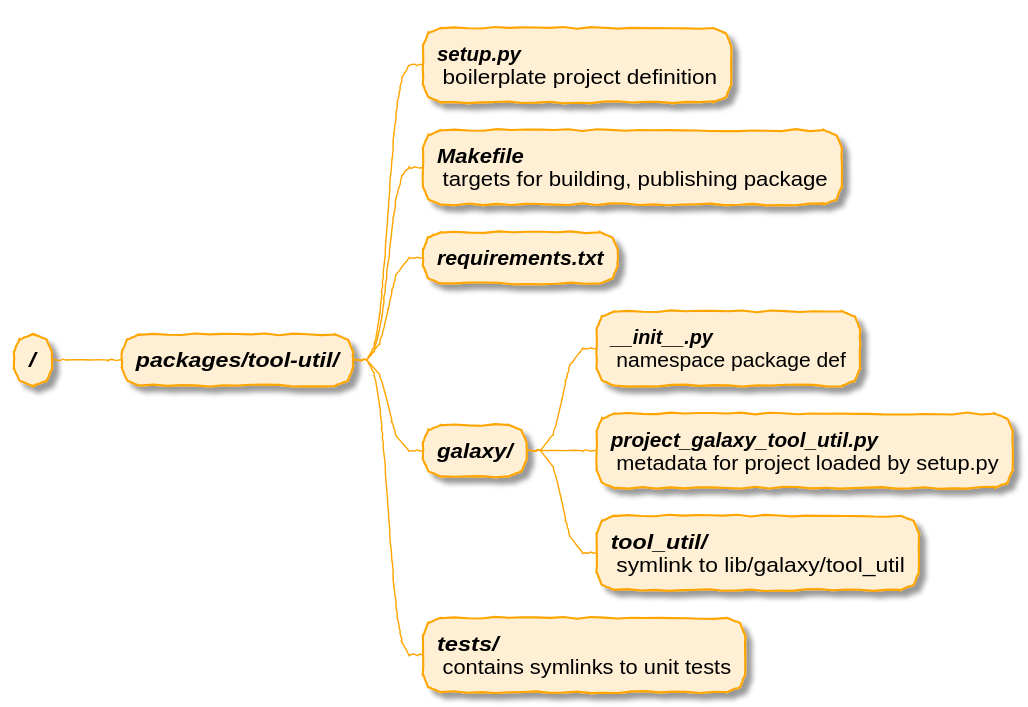
The PlantUML diagram topics/dev/images/core_files_code_package.plantuml.svg in pavanvidem/training-material, before a commit.
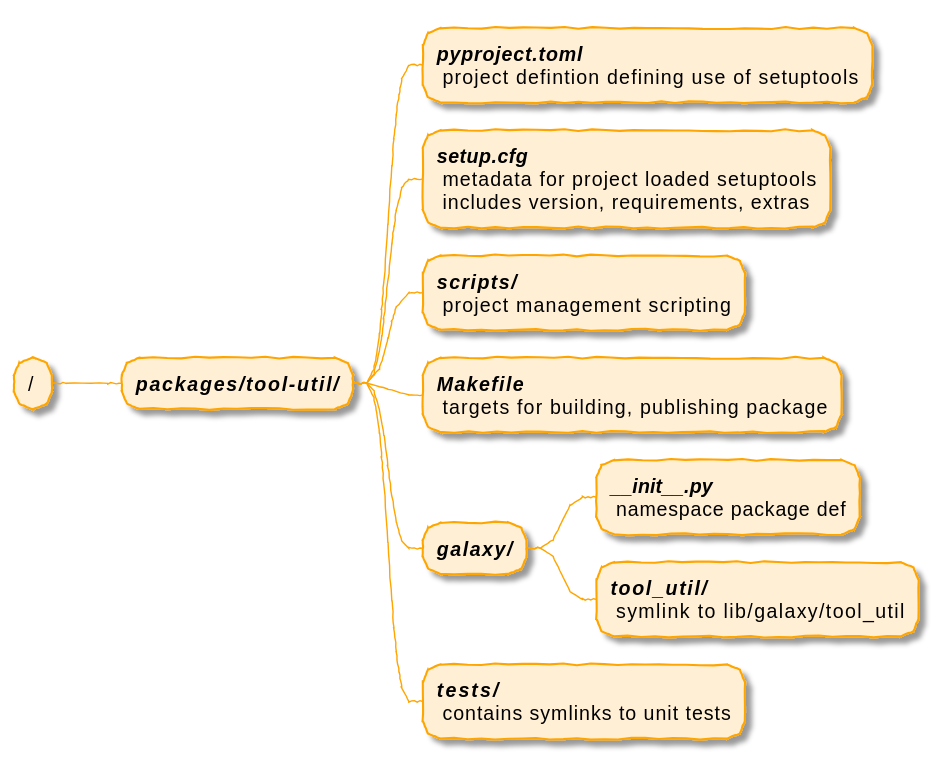
After the commit.

The edit, as a diff of the source:
```diff
@@ -5,16 +5,18 @@
 
 * /
 ** <b><i>packages/tool-util/</i></b>
-***:<b><i>setup.py</i></b>
- boilerplate project definition;
+***:<b><i>pyproject.toml</i></b>
+ project defintion defining use of setuptools;
+***:<b><i>setup.cfg</i></b>
+ metadata for project loaded setuptools
+ includes version, requirements, extras;
+***:<b><i>scripts/</i></b>
+ project management scripting;
 ***:<b><i>Makefile</i></b>
  targets for building, publishing package;
-*** <b><i>requirements.txt</i></b>
 *** <b><i>galaxy/</i></b>
 ****:<b><i>&#95;&#95;init&#95;&#95;.py</i></b>
  namespace package def;
-****:<b><i>project_galaxy_tool_util.py</i></b>
- metadata for project loaded by setup.py;
 ****:<b><i>tool_util/</i></b>
  symlink to lib/galaxy/tool_util;
 ***:<b><i>tests/</i></b>
```
